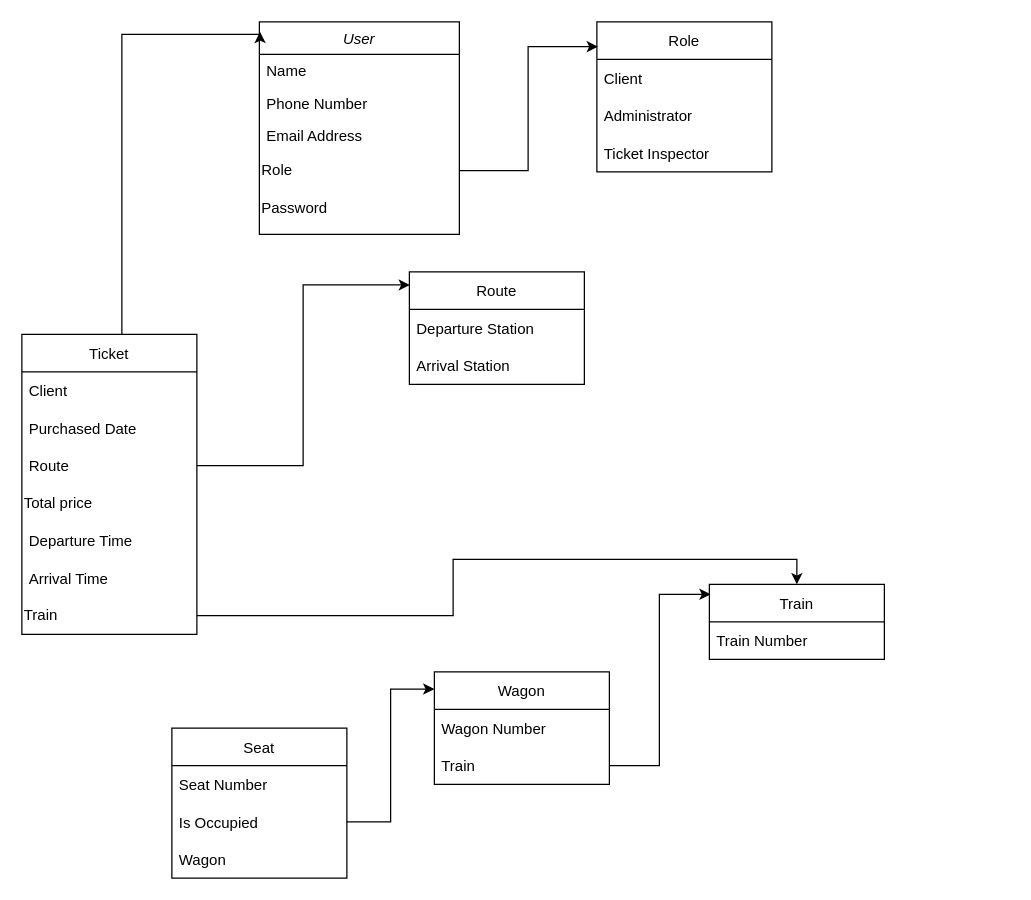
This is DatabaseDiagram.drawio from rareseanu/Inginerie-Software, a draw.io file, before an edit. Source tidied: cells renumbered, new cells numbered last; positions are measured from the earlier drawing's top-left corner, leaving out a move shared by most shapes. Both pictures are drawn from the tidied source at 125%, with x=0, y=0 at pixel (21, 21).
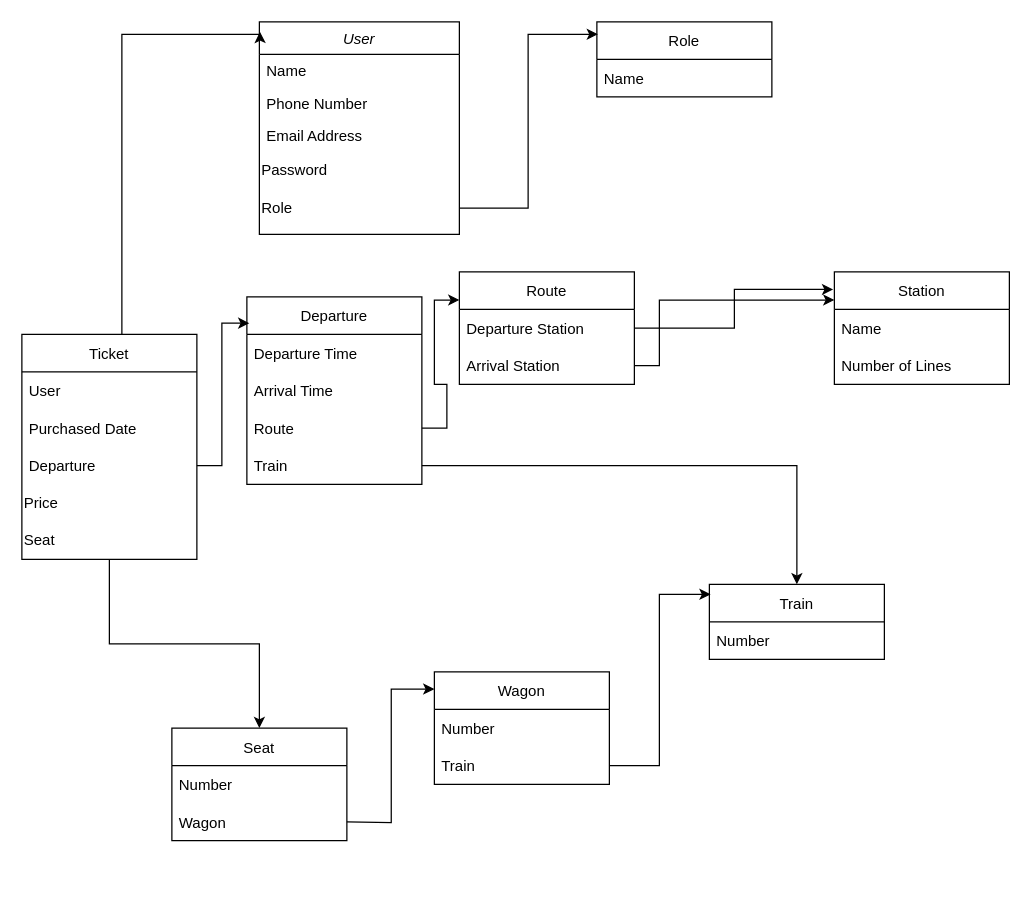
Above is the later version.

Commit message:
Updated database diagram.

The change refers to these unchanged cells:
```xml
<mxCell id="2" value="User" style="swimlane;fontStyle=2;align=center;verticalAlign=top;horizontal=1;startSize=26;rounded=0;shadow=0;strokeWidth=1;" parent="1" vertex="1">
  <mxGeometry x="190" width="160" height="170" as="geometry" />
</mxCell>
<mxCell id="23" value="Departure Station" style="text;strokeColor=none;fillColor=none;align=left;verticalAlign=middle;spacingLeft=4;spacingRight=4;overflow=hidden;points=[[0,0.5],[1,0.5]];portConstraint=eastwest;" parent="22" vertex="1">
  <mxGeometry y="30" width="140" height="30" as="geometry" />
</mxCell>
<mxCell id="24" value="Arrival Station" style="text;strokeColor=none;fillColor=none;align=left;verticalAlign=middle;spacingLeft=4;spacingRight=4;overflow=hidden;points=[[0,0.5],[1,0.5]];portConstraint=eastwest;" parent="22" vertex="1">
  <mxGeometry y="60" width="140" height="30" as="geometry" />
</mxCell>
<mxCell id="26" value="Train" style="swimlane;fontStyle=0;horizontal=1;startSize=30;align=center;" parent="1" vertex="1">
  <mxGeometry x="550" y="450" width="140" height="60" as="geometry" />
</mxCell>
<mxCell id="28" value="Wagon" style="swimlane;fontStyle=0;horizontal=1;startSize=30;align=center;" parent="1" vertex="1">
  <mxGeometry x="330" y="520" width="140" height="90" as="geometry" />
</mxCell>
```

What changed in the source:
```diff
@@
+    <mxCell id="7" value="Password" style="text;html=1;strokeColor=none;fillColor=none;align=left;verticalAlign=middle;whiteSpace=wrap;rounded=0;" parent="2" vertex="1">
+      <mxGeometry y="104" width="160" height="30" as="geometry" />
+    </mxCell>
     <mxCell id="6" value="Role" style="text;html=1;strokeColor=none;fillColor=none;align=left;verticalAlign=middle;whiteSpace=wrap;rounded=0;" parent="2" vertex="1">
-      <mxGeometry y="104" width="160" height="30" as="geometry" />
+      <mxGeometry y="134" width="160" height="30" as="geometry" />
     </mxCell>
-    <mxCell id="7" value="Password" style="text;html=1;strokeColor=none;fillColor=none;align=left;verticalAlign=middle;whiteSpace=wrap;rounded=0;" parent="2" vertex="1">
-      <mxGeometry y="134" width="160" height="30" as="geometry" />
-    </mxCell>
     <mxCell id="8" value="Role" style="swimlane;fontStyle=0;horizontal=1;startSize=30;align=center;" parent="1" vertex="1">
-      <mxGeometry x="460" width="140" height="120" as="geometry" />
+      <mxGeometry x="460" width="140" height="60" as="geometry" />
     </mxCell>
-    <mxCell id="9" value="Client" style="text;strokeColor=none;fillColor=none;align=left;verticalAlign=middle;spacingLeft=4;spacingRight=4;overflow=hidden;" parent="8" vertex="1">
+    <mxCell id="9" value="Name" style="text;strokeColor=none;fillColor=none;align=left;verticalAlign=middle;spacingLeft=4;spacingRight=4;overflow=hidden;" parent="8" vertex="1">
       <mxGeometry y="30" width="140" height="30" as="geometry" />
     </mxCell>
-    <mxCell id="10" value="Administrator" style="text;strokeColor=none;fillColor=none;align=left;verticalAlign=middle;spacingLeft=4;spacingRight=4;overflow=hidden;" parent="8" vertex="1">
-      <mxGeometry y="60" width="140" height="30" as="geometry" />
-    </mxCell>
-    <mxCell id="11" value="Ticket Inspector" style="text;strokeColor=none;fillColor=none;align=left;verticalAlign=middle;spacingLeft=4;spacingRight=4;overflow=hidden;" parent="8" vertex="1">
-      <mxGeometry y="90" width="140" height="30" as="geometry" />
-    </mxCell>
@@
     <mxCell id="14" value="Ticket" style="swimlane;fontStyle=0;horizontal=1;startSize=30;align=center;" parent="1" vertex="1">
-      <mxGeometry y="250" width="140" height="240" as="geometry" />
+      <mxGeometry y="250" width="140" height="180" as="geometry" />
     </mxCell>
-    <mxCell id="15" value="Client" style="text;strokeColor=none;fillColor=none;align=left;verticalAlign=middle;spacingLeft=4;spacingRight=4;overflow=hidden;" parent="14" vertex="1">
+    <mxCell id="15" value="User" style="text;strokeColor=none;fillColor=none;align=left;verticalAlign=middle;spacingLeft=4;spacingRight=4;overflow=hidden;" parent="14" vertex="1">
       <mxGeometry y="30" width="140" height="30" as="geometry" />
     </mxCell>
@@
-    <mxCell id="17" value="Route" style="text;strokeColor=none;fillColor=none;align=left;verticalAlign=middle;spacingLeft=4;spacingRight=4;overflow=hidden;points=[[0,0.5],[1,0.5]];portConstraint=eastwest;" parent="14" vertex="1">
+    <mxCell id="17" value="Departure" style="text;strokeColor=none;fillColor=none;align=left;verticalAlign=middle;spacingLeft=4;spacingRight=4;overflow=hidden;points=[[0,0.5],[1,0.5]];portConstraint=eastwest;" parent="14" vertex="1">
       <mxGeometry y="90" width="140" height="30" as="geometry" />
     </mxCell>
-    <mxCell id="18" value="Total price" style="text;html=1;strokeColor=none;fillColor=none;align=left;verticalAlign=middle;whiteSpace=wrap;rounded=0;" parent="14" vertex="1">
+    <mxCell id="18" value="Price" style="text;html=1;strokeColor=none;fillColor=none;align=left;verticalAlign=middle;whiteSpace=wrap;rounded=0;" parent="14" vertex="1">
       <mxGeometry y="120" width="140" height="30" as="geometry" />
     </mxCell>
-    <mxCell id="19" value="Departure Time" style="text;strokeColor=none;fillColor=none;align=left;verticalAlign=middle;spacingLeft=4;spacingRight=4;overflow=hidden;" parent="14" vertex="1">
-      <mxGeometry y="150" width="140" height="30" as="geometry" />
-    </mxCell>
-    <mxCell id="20" value="Arrival Time" style="text;strokeColor=none;fillColor=none;align=left;verticalAlign=middle;spacingLeft=4;spacingRight=4;overflow=hidden;" parent="14" vertex="1">
-      <mxGeometry y="180" width="140" height="30" as="geometry" />
-    </mxCell>
-    <mxCell id="21" value="Train" style="text;html=1;strokeColor=none;fillColor=none;align=left;verticalAlign=middle;whiteSpace=wrap;rounded=0;" parent="14" vertex="1">
-      <mxGeometry y="210" width="140" height="30" as="geometry" />
-    </mxCell>
+    <mxCell id="38" value="Seat" style="text;html=1;strokeColor=none;fillColor=none;align=left;verticalAlign=middle;whiteSpace=wrap;rounded=0;" parent="14" vertex="1">
+      <mxGeometry y="150" width="140" height="30" as="geometry" />
+    </mxCell>
     <mxCell id="22" value="Route" style="swimlane;fontStyle=0;horizontal=1;startSize=30;align=center;" parent="1" vertex="1">
-      <mxGeometry x="310" y="200" width="140" height="90" as="geometry" />
+      <mxGeometry x="350" y="200" width="140" height="90" as="geometry" />
     </mxCell>
@@
-    <mxCell id="25" style="edgeStyle=orthogonalEdgeStyle;rounded=0;jettySize=auto;html=1;entryX=0.003;entryY=0.116;entryDx=0;entryDy=0;entryPerimeter=0;" parent="1" edge="1" source="17" target="22">
-      <mxGeometry relative="1" as="geometry" />
-    </mxCell>
@@
-    <mxCell id="27" value="Train Number" style="text;strokeColor=none;fillColor=none;align=left;verticalAlign=middle;spacingLeft=4;spacingRight=4;overflow=hidden;" parent="26" vertex="1">
+    <mxCell id="27" value="Number" style="text;strokeColor=none;fillColor=none;align=left;verticalAlign=middle;spacingLeft=4;spacingRight=4;overflow=hidden;" parent="26" vertex="1">
       <mxGeometry y="30" width="140" height="30" as="geometry" />
     </mxCell>
@@
-    <mxCell id="29" value="Wagon Number" style="text;strokeColor=none;fillColor=none;align=left;verticalAlign=middle;spacingLeft=4;spacingRight=4;overflow=hidden;" parent="28" vertex="1">
+    <mxCell id="29" value="Number" style="text;strokeColor=none;fillColor=none;align=left;verticalAlign=middle;spacingLeft=4;spacingRight=4;overflow=hidden;" parent="28" vertex="1">
       <mxGeometry y="30" width="140" height="30" as="geometry" />
     </mxCell>
@@
     <mxCell id="31" value="Seat" style="swimlane;fontStyle=0;horizontal=1;startSize=30;align=center;" parent="1" vertex="1">
-      <mxGeometry x="120" y="565" width="140" height="120" as="geometry" />
+      <mxGeometry x="120" y="565" width="140" height="90" as="geometry" />
     </mxCell>
-    <mxCell id="32" value="Seat Number" style="text;strokeColor=none;fillColor=none;align=left;verticalAlign=middle;spacingLeft=4;spacingRight=4;overflow=hidden;" parent="31" vertex="1">
+    <mxCell id="32" value="Number" style="text;strokeColor=none;fillColor=none;align=left;verticalAlign=middle;spacingLeft=4;spacingRight=4;overflow=hidden;" parent="31" vertex="1">
       <mxGeometry y="30" width="140" height="30" as="geometry" />
     </mxCell>
-    <mxCell id="33" value="Is Occupied" style="text;strokeColor=none;fillColor=none;align=left;verticalAlign=middle;spacingLeft=4;spacingRight=4;overflow=hidden;points=[[0,0.5],[1,0.5]];portConstraint=eastwest;" parent="31" vertex="1">
-      <mxGeometry y="60" width="140" height="30" as="geometry" />
-    </mxCell>
     <mxCell id="34" value="Wagon" style="text;strokeColor=none;fillColor=none;align=left;verticalAlign=middle;spacingLeft=4;spacingRight=4;overflow=hidden;" parent="31" vertex="1">
-      <mxGeometry y="90" width="140" height="30" as="geometry" />
+      <mxGeometry y="60" width="140" height="30" as="geometry" />
     </mxCell>
-    <mxCell id="35" style="edgeStyle=orthogonalEdgeStyle;rounded=0;jettySize=auto;html=1;entryX=0;entryY=0.153;entryDx=0;entryDy=0;entryPerimeter=0;" parent="1" edge="1" source="33" target="28">
-      <mxGeometry relative="1" as="geometry" />
+    <mxCell id="35" style="edgeStyle=orthogonalEdgeStyle;rounded=0;jettySize=auto;html=1;entryX=0;entryY=0.153;entryDx=0;entryDy=0;entryPerimeter=0;" parent="1" edge="1" target="28">
+      <mxGeometry relative="1" as="geometry">
+        <mxPoint x="260" y="640" as="sourcePoint" />
+      </mxGeometry>
     </mxCell>
@@
+    <mxCell id="39" value="Station" style="swimlane;fontStyle=0;horizontal=1;startSize=30;align=center;" parent="1" vertex="1">
+      <mxGeometry x="650" y="200" width="140" height="90" as="geometry" />
+    </mxCell>
+    <mxCell id="40" value="Name" style="text;strokeColor=none;fillColor=none;align=left;verticalAlign=middle;spacingLeft=4;spacingRight=4;overflow=hidden;" parent="39" vertex="1">
+      <mxGeometry y="30" width="140" height="30" as="geometry" />
+    </mxCell>
+    <mxCell id="41" value="Number of Lines" style="text;strokeColor=none;fillColor=none;align=left;verticalAlign=middle;spacingLeft=4;spacingRight=4;overflow=hidden;" parent="39" vertex="1">
+      <mxGeometry y="60" width="140" height="30" as="geometry" />
+    </mxCell>
+    <mxCell id="42" style="edgeStyle=orthogonalEdgeStyle;rounded=0;jettySize=auto;html=1;entryX=-0.007;entryY=0.156;entryDx=0;entryDy=0;entryPerimeter=0;" parent="1" edge="1" source="23" target="39">
+      <mxGeometry relative="1" as="geometry" />
+    </mxCell>
+    <mxCell id="43" style="edgeStyle=orthogonalEdgeStyle;rounded=0;jettySize=auto;html=1;exitX=1;exitY=0.5;exitDx=0;exitDy=0;entryX=0;entryY=0.25;entryDx=0;entryDy=0;" parent="1" edge="1" source="24" target="39">
+      <mxGeometry relative="1" as="geometry">
+        <Array as="points">
+          <mxPoint x="510" y="275" />
+          <mxPoint x="510" y="223" />
+        </Array>
+      </mxGeometry>
+    </mxCell>
+    <mxCell id="44" value="Departure" style="swimlane;fontStyle=0;horizontal=1;startSize=30;align=center;" parent="1" vertex="1">
+      <mxGeometry x="180" y="220" width="140" height="150" as="geometry" />
+    </mxCell>
+    <mxCell id="19" value="Departure Time" style="text;strokeColor=none;fillColor=none;align=left;verticalAlign=middle;spacingLeft=4;spacingRight=4;overflow=hidden;" parent="44" vertex="1">
+      <mxGeometry y="30" width="140" height="30" as="geometry" />
+    </mxCell>
+    <mxCell id="20" value="Arrival Time" style="text;strokeColor=none;fillColor=none;align=left;verticalAlign=middle;spacingLeft=4;spacingRight=4;overflow=hidden;" parent="44" vertex="1">
+      <mxGeometry y="60" width="140" height="30" as="geometry" />
+    </mxCell>
+    <mxCell id="45" value="Route" style="text;strokeColor=none;fillColor=none;align=left;verticalAlign=middle;spacingLeft=4;spacingRight=4;overflow=hidden;points=[[0,0.5],[1,0.5]];portConstraint=eastwest;" parent="44" vertex="1">
+      <mxGeometry y="90" width="140" height="30" as="geometry" />
+    </mxCell>
+    <mxCell id="21" value="Train" style="text;strokeColor=none;fillColor=none;align=left;verticalAlign=middle;spacingLeft=4;spacingRight=4;overflow=hidden;points=[[0,0.5],[1,0.5]];portConstraint=eastwest;" parent="44" vertex="1">
+      <mxGeometry y="120" width="140" height="30" as="geometry" />
+    </mxCell>
+    <mxCell id="46" style="edgeStyle=orthogonalEdgeStyle;rounded=0;jettySize=auto;html=1;entryX=0.014;entryY=0.14;entryDx=0;entryDy=0;entryPerimeter=0;" parent="1" edge="1" source="17" target="44">
+      <mxGeometry relative="1" as="geometry" />
+    </mxCell>
+    <mxCell id="47" style="edgeStyle=orthogonalEdgeStyle;rounded=0;jettySize=auto;html=1;entryX=0;entryY=0.25;entryDx=0;entryDy=0;" parent="1" edge="1" source="45" target="22">
+      <mxGeometry relative="1" as="geometry" />
+    </mxCell>
-    <mxCell id="37" style="edgeStyle=orthogonalEdgeStyle;rounded=0;jettySize=auto;html=1;entryX=0.5;entryY=0;entryDx=0;entryDy=0;" parent="1" edge="1" source="21" target="26">
+    <mxCell id="37" style="edgeStyle=orthogonalEdgeStyle;rounded=0;jettySize=auto;html=1;" parent="1" edge="1" source="21" target="26">
       <mxGeometry relative="1" as="geometry" />
     </mxCell>
+    <mxCell id="48" style="edgeStyle=orthogonalEdgeStyle;rounded=0;jettySize=auto;html=1;entryX=0.5;entryY=0;entryDx=0;entryDy=0;" parent="1" edge="1" source="38" target="31">
+      <mxGeometry relative="1" as="geometry" />
+    </mxCell>
```
